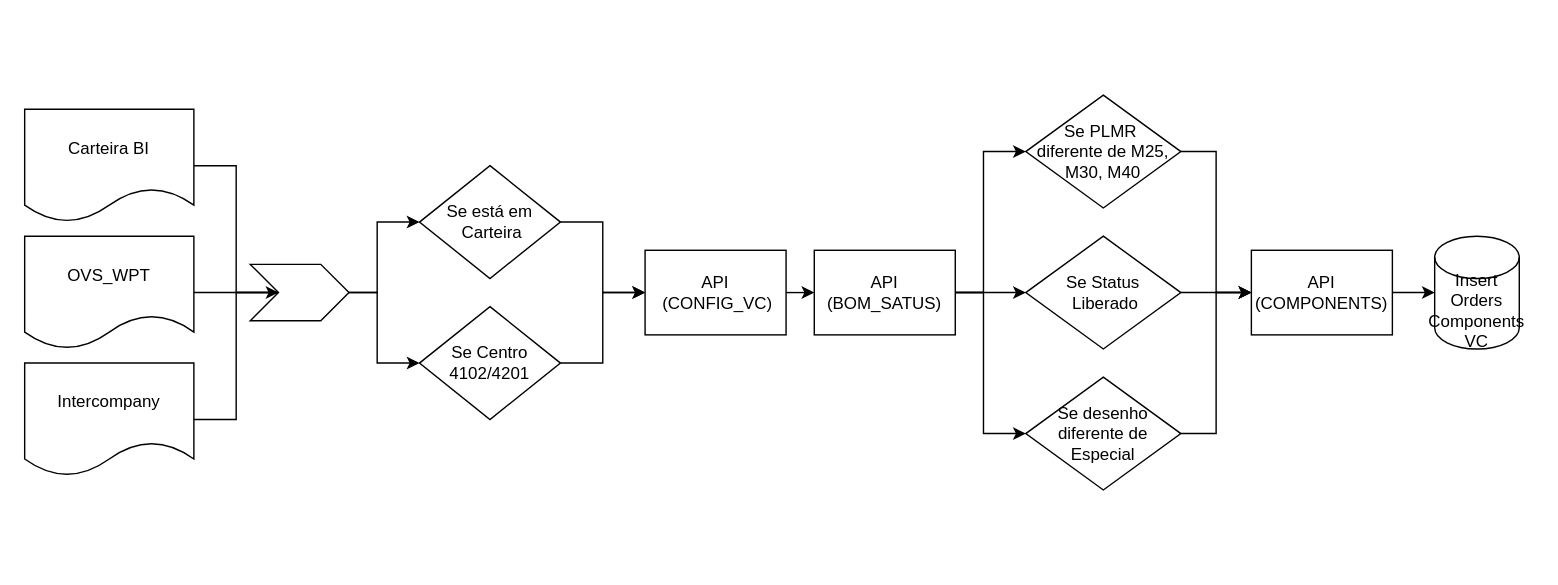
This is EvaluationMapFluxograma.drawio from Dinis14530/fluxogramas, a draw.io file, before an edit. Source tidied: cells renumbered, new cells numbered last; positions are measured from the earlier drawing's top-left corner, leaving out a move shared by most shapes. Both pictures are drawn from the tidied source at 141%, with x=0, y=0 at pixel (24, 94).
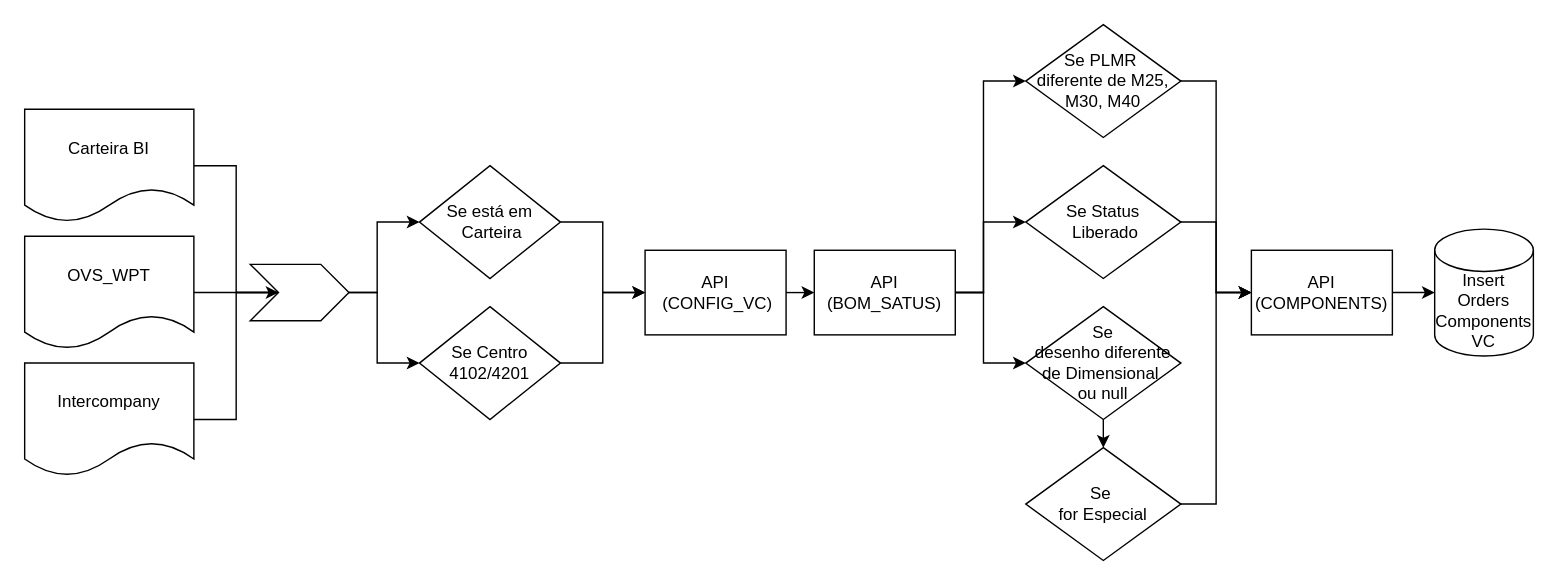
Above is the later version.

The change refers to these unchanged cells:
```xml
<mxCell id="27" value="API&lt;br&gt;(BOM_SATUS)" style="rounded=0;whiteSpace=wrap;html=1;" parent="1" vertex="1">
  <mxGeometry x="560" y="110" width="100" height="60" as="geometry" />
</mxCell>
<mxCell id="28" value="API&lt;br&gt;(COMPONENTS)" style="rounded=0;whiteSpace=wrap;html=1;" parent="1" vertex="1">
  <mxGeometry x="870" y="110" width="100" height="60" as="geometry" />
</mxCell>
```

The edit, as a diff of the source:
```diff
@@
     <mxCell id="9" value="Insert&lt;div&gt;Orders&lt;/div&gt;&lt;div&gt;Components&lt;/div&gt;&lt;div&gt;VC&lt;/div&gt;" style="shape=cylinder3;whiteSpace=wrap;html=1;boundedLbl=1;backgroundOutline=1;size=15;" parent="1" vertex="1">
-      <mxGeometry x="1000" y="100" width="60" height="80" as="geometry" />
+      <mxGeometry x="1000" y="95" width="70" height="90" as="geometry" />
     </mxCell>
@@
     <mxCell id="16" value="Se Status&lt;div&gt;&amp;nbsp;Liberado&lt;/div&gt;" style="rhombus;whiteSpace=wrap;html=1;" parent="1" vertex="1">
-      <mxGeometry x="710" y="100" width="110" height="80" as="geometry" />
+      <mxGeometry x="710" y="50" width="110" height="80" as="geometry" />
     </mxCell>
@@
     <mxCell id="18" value="&lt;font&gt;Se PLMR&amp;nbsp;&lt;/font&gt;&lt;div&gt;&lt;font&gt;diferente de M25, M30, M40&lt;/font&gt;&lt;/div&gt;" style="rhombus;whiteSpace=wrap;html=1;" parent="1" vertex="1">
-      <mxGeometry x="710" width="110" height="80" as="geometry" />
+      <mxGeometry x="710" y="-50" width="110" height="80" as="geometry" />
     </mxCell>
-    <mxCell id="19" style="edgeStyle=orthogonalEdgeStyle;rounded=0;jettySize=auto;html=1;exitX=1;exitY=0.5;exitDx=0;exitDy=0;entryX=0;entryY=0.5;entryDx=0;entryDy=0;" parent="1" edge="1" source="20" target="28">
-      <mxGeometry relative="1" as="geometry" />
-    </mxCell>
+    <mxCell id="30" style="edgeStyle=orthogonalEdgeStyle;rounded=0;jettySize=auto;html=1;exitX=0.5;exitY=1;exitDx=0;exitDy=0;entryX=0.5;entryY=0;entryDx=0;entryDy=0;" parent="1" edge="1" source="20" target="32">
+      <mxGeometry relative="1" as="geometry" />
+    </mxCell>
-    <mxCell id="20" value="Se desenho diferente&amp;nbsp;&lt;span style=&quot;background-color: transparent; color: light-dark(rgb(0, 0, 0), rgb(255, 255, 255));&quot;&gt;de Especial&lt;/span&gt;" style="rhombus;whiteSpace=wrap;html=1;" parent="1" vertex="1">
-      <mxGeometry x="710" y="200" width="110" height="80" as="geometry" />
+    <mxCell id="20" value="Se desenho&amp;nbsp;&lt;span style=&quot;background-color: transparent; color: light-dark(rgb(0, 0, 0), rgb(255, 255, 255));&quot;&gt;diferente de&lt;/span&gt;&lt;span style=&quot;background-color: transparent; color: light-dark(rgb(0, 0, 0), rgb(255, 255, 255));&quot;&gt;&amp;nbsp;&lt;/span&gt;&lt;span style=&quot;background-color: transparent; color: light-dark(rgb(0, 0, 0), rgb(255, 255, 255));&quot;&gt;Dimensional&amp;nbsp;&lt;/span&gt;&lt;div&gt;&lt;span style=&quot;background-color: transparent; color: light-dark(rgb(0, 0, 0), rgb(255, 255, 255));&quot;&gt;ou null&lt;/span&gt;&lt;/div&gt;" style="rhombus;whiteSpace=wrap;html=1;" parent="1" vertex="1">
+      <mxGeometry x="710" y="150" width="110" height="80" as="geometry" />
     </mxCell>
@@
     <mxCell id="24" style="edgeStyle=orthogonalEdgeStyle;rounded=0;jettySize=auto;html=1;exitX=1;exitY=0.5;exitDx=0;exitDy=0;entryX=0;entryY=0.5;entryDx=0;entryDy=0;" parent="1" edge="1" source="27" target="18">
       <mxGeometry relative="1" as="geometry">
         <Array as="points">
           <mxPoint x="680" y="140" />
-          <mxPoint x="680" y="40" />
+          <mxPoint x="680" y="-10" />
         </Array>
       </mxGeometry>
     </mxCell>
     <mxCell id="25" style="edgeStyle=orthogonalEdgeStyle;rounded=0;jettySize=auto;html=1;exitX=1;exitY=0.5;exitDx=0;exitDy=0;entryX=0;entryY=0.5;entryDx=0;entryDy=0;" parent="1" edge="1" source="27" target="16">
-      <mxGeometry relative="1" as="geometry" />
+      <mxGeometry relative="1" as="geometry">
+        <Array as="points">
+          <mxPoint x="680" y="140" />
+          <mxPoint x="680" y="90" />
+        </Array>
+      </mxGeometry>
     </mxCell>
     <mxCell id="26" style="edgeStyle=orthogonalEdgeStyle;rounded=0;jettySize=auto;html=1;exitX=1;exitY=0.5;exitDx=0;exitDy=0;entryX=0;entryY=0.5;entryDx=0;entryDy=0;" parent="1" edge="1" source="27" target="20">
       <mxGeometry relative="1" as="geometry">
         <Array as="points">
           <mxPoint x="680" y="140" />
-          <mxPoint x="680" y="240" />
+          <mxPoint x="680" y="190" />
         </Array>
       </mxGeometry>
     </mxCell>
@@
+    <mxCell id="31" style="edgeStyle=orthogonalEdgeStyle;rounded=0;jettySize=auto;html=1;exitX=1;exitY=0.5;exitDx=0;exitDy=0;entryX=0;entryY=0.5;entryDx=0;entryDy=0;" parent="1" edge="1" source="32" target="28">
+      <mxGeometry relative="1" as="geometry" />
+    </mxCell>
+    <mxCell id="32" value="&lt;font&gt;Se&amp;nbsp;&lt;/font&gt;&lt;div&gt;&lt;font&gt;for Especial&lt;/font&gt;&lt;/div&gt;" style="rhombus;whiteSpace=wrap;html=1;" parent="1" vertex="1">
+      <mxGeometry x="710" y="250" width="110" height="80" as="geometry" />
+    </mxCell>
```
